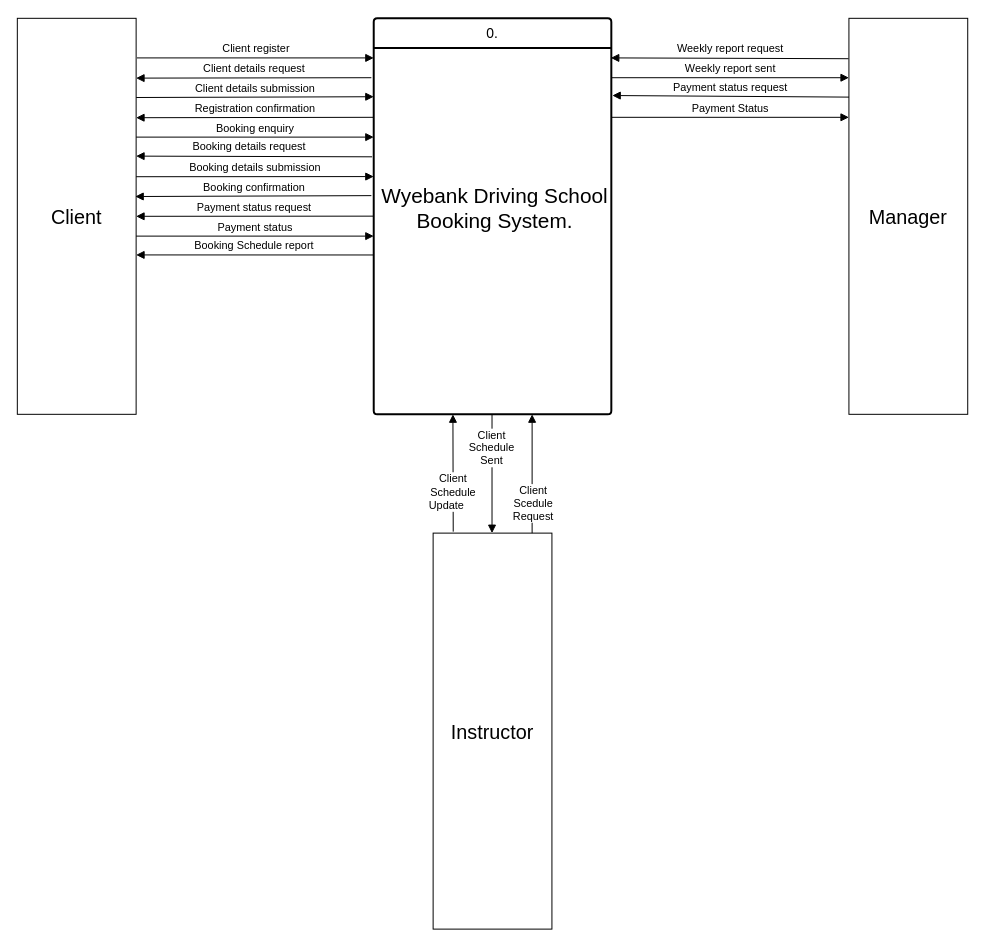
SI0209/MajorGroupProject keeps this draw.io diagram as page "Context-Level DFD" (1 of 3) of Diagrams for Project.drawio. Above is the earlier version. Source tidied: cells renumbered, new cells numbered last; positions are measured from the earlier drawing's top-left corner, leaving out a move shared by most shapes. Both pictures are drawn from the tidied source at 99%, with x=0, y=0 at pixel (17, 18).
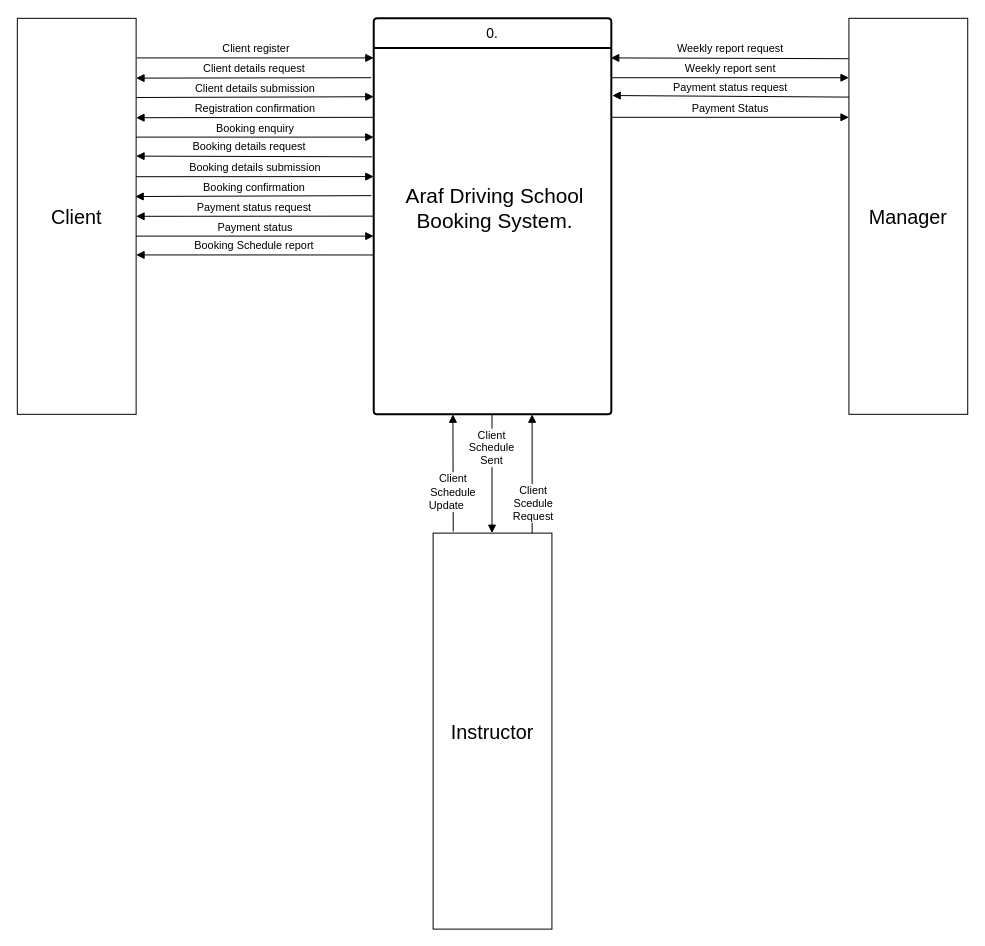
After the change.

Unchanged cells that the change refers to:
```xml
<mxCell id="2" value="0." style="swimlane;horizontal=1;startSize=30;rounded=1;fontSize=14;fontStyle=0;strokeWidth=2;shadow=0;dashed=0;align=center;arcSize=4;whiteSpace=wrap;html=1;" parent="1" vertex="1">
  <mxGeometry x="360" width="240" height="400" as="geometry" />
</mxCell>
```

Diff of the diagram source:
```diff
@@
-    <mxCell id="3" value="&lt;div style=&quot;&quot;&gt;&lt;font style=&quot;font-size: 18px;&quot;&gt;&lt;br&gt;&lt;/font&gt;&lt;/div&gt;&lt;div style=&quot;&quot;&gt;&lt;font style=&quot;font-size: 18px;&quot;&gt;&lt;br&gt;&lt;/font&gt;&lt;/div&gt;&lt;div style=&quot;&quot;&gt;&lt;font style=&quot;font-size: 24px;&quot;&gt;&lt;br&gt;&lt;/font&gt;&lt;/div&gt;&lt;div style=&quot;&quot;&gt;&lt;font style=&quot;font-size: 24px;&quot;&gt;&lt;br&gt;&lt;/font&gt;&lt;/div&gt;&lt;div style=&quot;&quot;&gt;&lt;br&gt;&lt;/div&gt;&lt;div style=&quot;&quot;&gt;&lt;br&gt;&lt;/div&gt;&lt;div style=&quot;font-size: 21px;&quot;&gt;&lt;font style=&quot;font-size: 21px;&quot;&gt;&lt;span style=&quot;background-color: initial;&quot;&gt;Wyebank Driving School&lt;/span&gt;&lt;br&gt;&lt;/font&gt;&lt;/div&gt;&lt;div style=&quot;font-size: 21px;&quot;&gt;&lt;font style=&quot;font-size: 21px;&quot;&gt;Booking System.&lt;/font&gt;&lt;/div&gt;" style="align=center;strokeColor=none;fillColor=none;spacingLeft=4;fontSize=12;verticalAlign=top;html=1;" parent="2" vertex="1">
+    <mxCell id="3" value="&lt;div style=&quot;&quot;&gt;&lt;font style=&quot;font-size: 18px;&quot;&gt;&lt;br&gt;&lt;/font&gt;&lt;/div&gt;&lt;div style=&quot;&quot;&gt;&lt;font style=&quot;font-size: 18px;&quot;&gt;&lt;br&gt;&lt;/font&gt;&lt;/div&gt;&lt;div style=&quot;&quot;&gt;&lt;font style=&quot;font-size: 24px;&quot;&gt;&lt;br&gt;&lt;/font&gt;&lt;/div&gt;&lt;div style=&quot;&quot;&gt;&lt;font style=&quot;font-size: 24px;&quot;&gt;&lt;br&gt;&lt;/font&gt;&lt;/div&gt;&lt;div style=&quot;&quot;&gt;&lt;br&gt;&lt;/div&gt;&lt;div style=&quot;&quot;&gt;&lt;br&gt;&lt;/div&gt;&lt;div style=&quot;font-size: 21px;&quot;&gt;&lt;font style=&quot;font-size: 21px;&quot;&gt;&lt;span style=&quot;background-color: initial;&quot;&gt;Araf Driving School&lt;/span&gt;&lt;br&gt;&lt;/font&gt;&lt;/div&gt;&lt;div style=&quot;font-size: 21px;&quot;&gt;&lt;font style=&quot;font-size: 21px;&quot;&gt;Booking System.&lt;/font&gt;&lt;/div&gt;" style="align=center;strokeColor=none;fillColor=none;spacingLeft=4;fontSize=12;verticalAlign=top;html=1;" parent="2" vertex="1">
       <mxGeometry y="30" width="240" height="370" as="geometry" />
     </mxCell>
```
